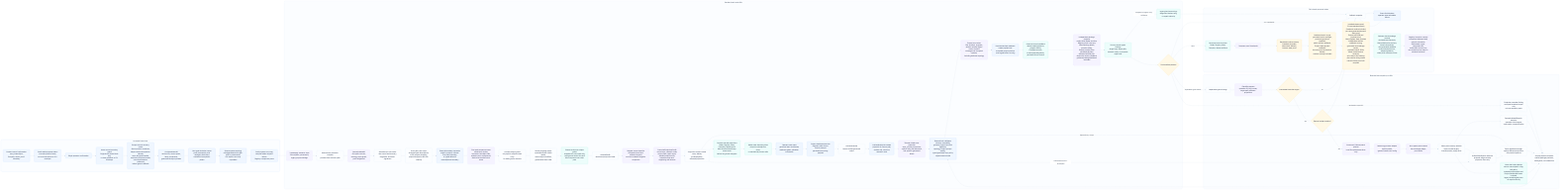
Above: odylith/atlas/source/domain-intelligence-greenfield-governance.png in odylith/odylith (Mermaid), before the change. Its source is kept beside it as odylith/atlas/source/domain-intelligence-greenfield-governance.mmd.
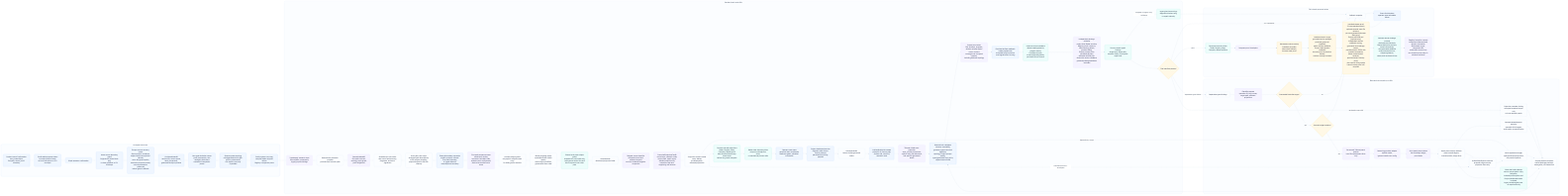
Above is the later version.

Diff of the diagram source:
```diff
@@ -71,7 +71,7 @@
       proof_log["Compass proof checkpoint"]
       surface_custody["Rendered surface custody<br/>Casebook included,<br/>Atlas static fallback,<br/>browser state proof"]
       matrix_scorer["Hardened matrix scorer<br/>grounded anchor preflight,<br/>persisted governed readback,<br/>public artifact readback,<br/>Project shell payload readback,<br/>browser proof as premium blocker,<br/>runtime custody excluded"]
-      release_matrix["Installed release proof<br/>13-case standard matrix,<br/>Casebook surface included,<br/>per-case generated browser state proof,<br/>Project tab DOM and payload proof,<br/>Atlas diagram state checked,<br/>independent artifact readback scoring,<br/>generated-term leakage rescan,<br/>persisted matrix JSON,<br/>failed-create blocker excerpts,<br/>strict temp-root cleanup,<br/>plus rescue wiring smoke<br/>natural rescue proof still required"]
+      release_matrix["Installed release proof<br/>13-case standard matrix,<br/>optional external case-file variance,<br/>per-case generated browser state proof,<br/>Project tab DOM and payload proof,<br/>independent artifact readback scoring,<br/>generated-term leakage rescan,<br/>persisted matrix JSON with manifest summaries,<br/>failed-create blocker excerpts,<br/>persisted temp-cleanup proof,<br/>plus rescue wiring smoke<br/>natural rescue proof still required"]
       selected_case_leakage["Release domain leakage custody<br/>declared case sentinels,<br/>filtered distinctive anchors,<br/>historical sentinels,<br/>and generated readback<br/>scan protected source, shipped guidance,<br/>wheel, and runtime archives"]
       registry_forensics_custody["Registry forensics custody<br/>component sidecars keep generic summaries,<br/>workstream scope, component IDs,<br/>and artifact counts only<br/>raw scenario prose stays in evidence surfaces"]
     end
```
